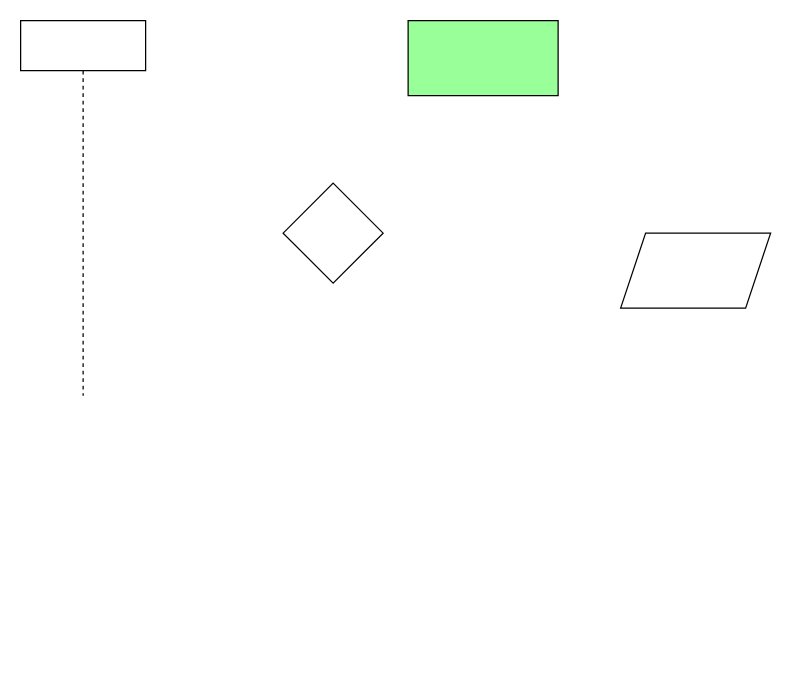
This is 未命名绘图.drawio from HaivenZhang/draw-io-files, a draw.io file, before an edit. Source tidied: cells renumbered, new cells numbered last; positions are measured from the earlier drawing's top-left corner, leaving out a move shared by most shapes. Both pictures are drawn from the tidied source at 125%, with x=0, y=0 at pixel (20, 20).
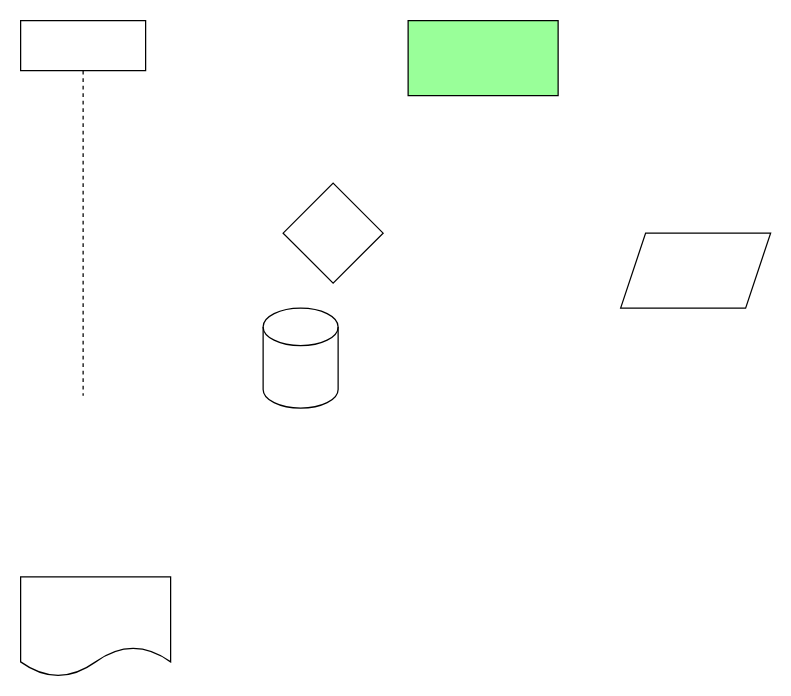
The same page after the edit.

Commit message (it also covers changes not shown here):
更新未命名绘图.drawio

The edit, as a diff of the source:
```diff
@@
 <mxGraphModel>
   <root>
     <mxCell id="0" />
     <mxCell id="1" parent="0" />
     <mxCell id="2" style="shape=umlLifeline;perimeter=lifelinePerimeter;whiteSpace=wrap;html=1;newEdgeStyle={&quot;edgeStyle&quot;:&quot;elbowEdgeStyle&quot;,&quot;elbow&quot;:&quot;vertical&quot;,&quot;curved&quot;:0,&quot;rounded&quot;:0};" parent="1" vertex="1">
       <mxGeometry width="100" height="300" as="geometry" />
     </mxCell>
     <mxCell id="3" style="rounded=0;whiteSpace=wrap;html=1;fillColor=#99FF99;" parent="1" vertex="1">
       <mxGeometry x="310" width="120" height="60" as="geometry" />
     </mxCell>
     <mxCell id="4" style="rhombus;whiteSpace=wrap;html=1;" parent="1" vertex="1">
       <mxGeometry x="210" y="130" width="80" height="80" as="geometry" />
     </mxCell>
     <mxCell id="5" style="shape=parallelogram;perimeter=parallelogramPerimeter;whiteSpace=wrap;html=1;fixedSize=1;" parent="1" vertex="1">
       <mxGeometry x="480" y="170" width="120" height="60" as="geometry" />
     </mxCell>
+    <mxCell id="6" style="shape=cylinder3;whiteSpace=wrap;html=1;boundedLbl=1;backgroundOutline=1;size=15;" parent="1" vertex="1">
+      <mxGeometry x="194" y="230" width="60" height="80" as="geometry" />
+    </mxCell>
+    <mxCell id="7" style="shape=document;whiteSpace=wrap;html=1;boundedLbl=1;" parent="1" vertex="1">
+      <mxGeometry y="445" width="120" height="80" as="geometry" />
+    </mxCell>
   </root>
 </mxGraphModel>
```
